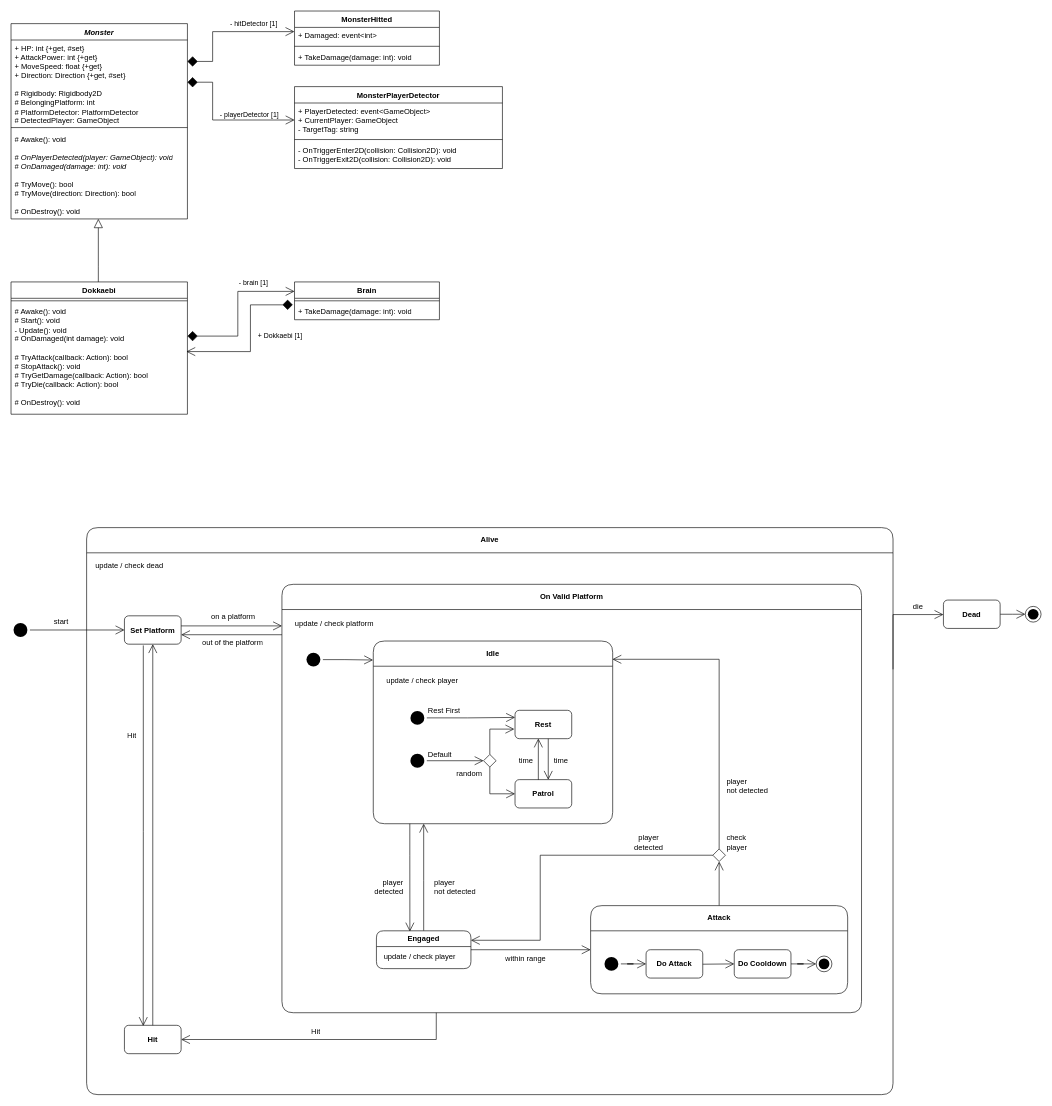
Earlier version of the draw.io diagram Assets/Scripts/Monster/Project H - Monster.drawio (clssl15-Org/ProjectH). Source tidied: cells renumbered, new cells numbered last; positions are measured from the earlier drawing's top-left corner, leaving out a move shared by most shapes. Both pictures are drawn from the tidied source at 63%, with x=0, y=0 at pixel (11, 11).
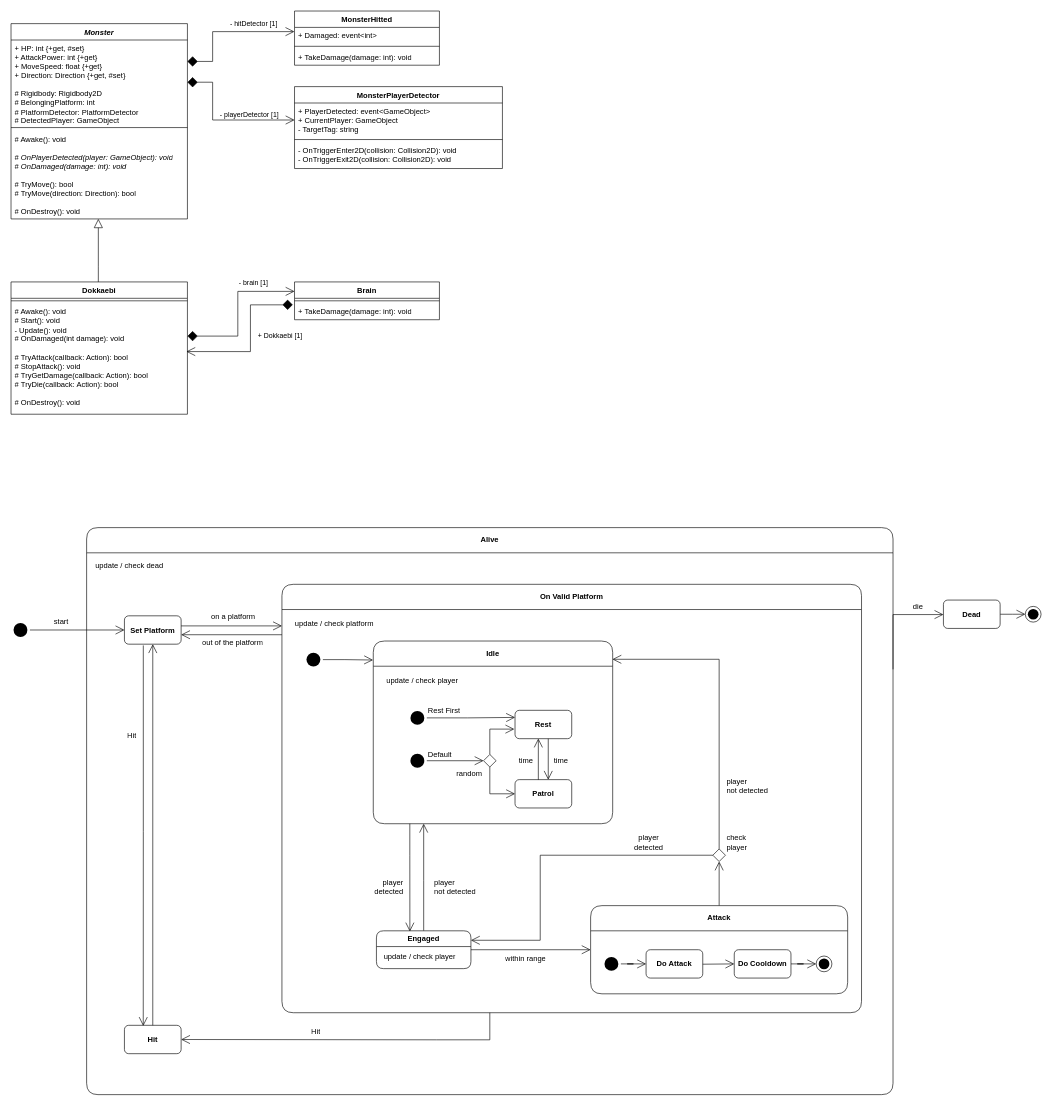
Above is the later version.

The change refers to these unchanged cells:
```xml
<mxCell id="26" value="Alive" style="swimlane;whiteSpace=wrap;html=1;startSize=40;rounded=1;" parent="1" vertex="1">
  <mxGeometry x="120" y="820" width="1280" height="900" as="geometry" />
</mxCell>
<mxCell id="28" value="On Valid Platform" style="swimlane;whiteSpace=wrap;html=1;startSize=40;rounded=1;" parent="26" vertex="1">
  <mxGeometry x="310" y="90" width="920" height="680" as="geometry" />
</mxCell>
<mxCell id="81" value="&lt;b&gt;Hit&lt;/b&gt;" style="rounded=1;whiteSpace=wrap;html=1;" parent="26" vertex="1">
  <mxGeometry x="60" y="790" width="90" height="45" as="geometry" />
</mxCell>
```

Diff of the diagram source:
```diff
@@
-    <mxCell id="83" style="edgeStyle=orthogonalEdgeStyle;shape=connector;rounded=0;jettySize=auto;html=1;entryX=1;entryY=0.5;entryDx=0;entryDy=0;strokeColor=default;align=center;verticalAlign=middle;fontFamily=Helvetica;fontSize=11;fontColor=default;labelBackgroundColor=default;endArrow=open;endFill=0;endSize=12;" parent="26" edge="1" source="28" target="81">
+    <mxCell id="83" style="edgeStyle=orthogonalEdgeStyle;shape=connector;rounded=0;jettySize=auto;html=1;entryX=1;entryY=0.5;entryDx=0;entryDy=0;strokeColor=default;align=center;verticalAlign=middle;fontFamily=Helvetica;fontSize=11;fontColor=default;labelBackgroundColor=default;endArrow=open;endFill=0;endSize=12;" parent="26" edge="1" target="81">
       <mxGeometry relative="1" as="geometry">
+        <mxPoint x="640" y="770" as="sourcePoint" />
         <Array as="points">
           <mxPoint x="555" y="813" />
           <mxPoint x="150" y="813" />
         </Array>
       </mxGeometry>
     </mxCell>
```
